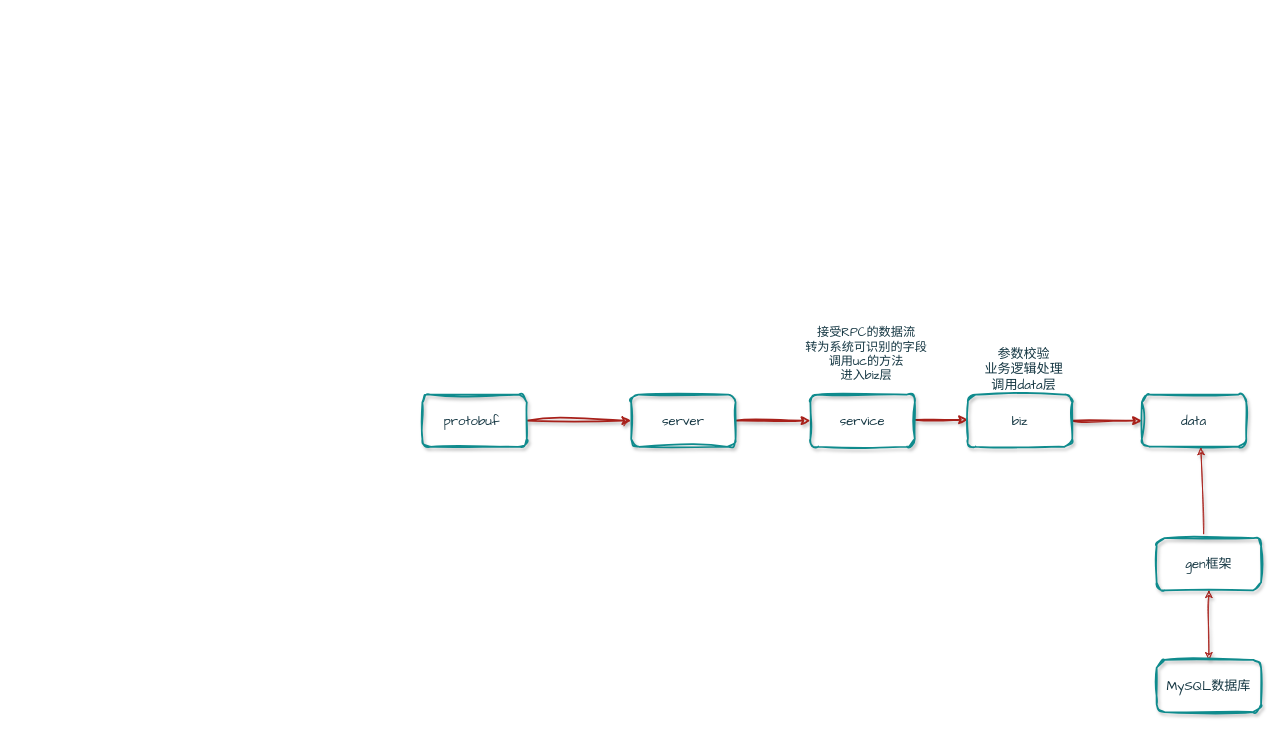
The draw.io diagram review-service_coding.drawio in Forrest-Tao/draw.io, before the edit. Source tidied: cells renumbered, new cells numbered last; positions are measured from the earlier drawing's top-left corner, leaving out a move shared by most shapes. Both pictures are drawn from the tidied source at 87%, with x=0, y=0 at pixel (422, 326).
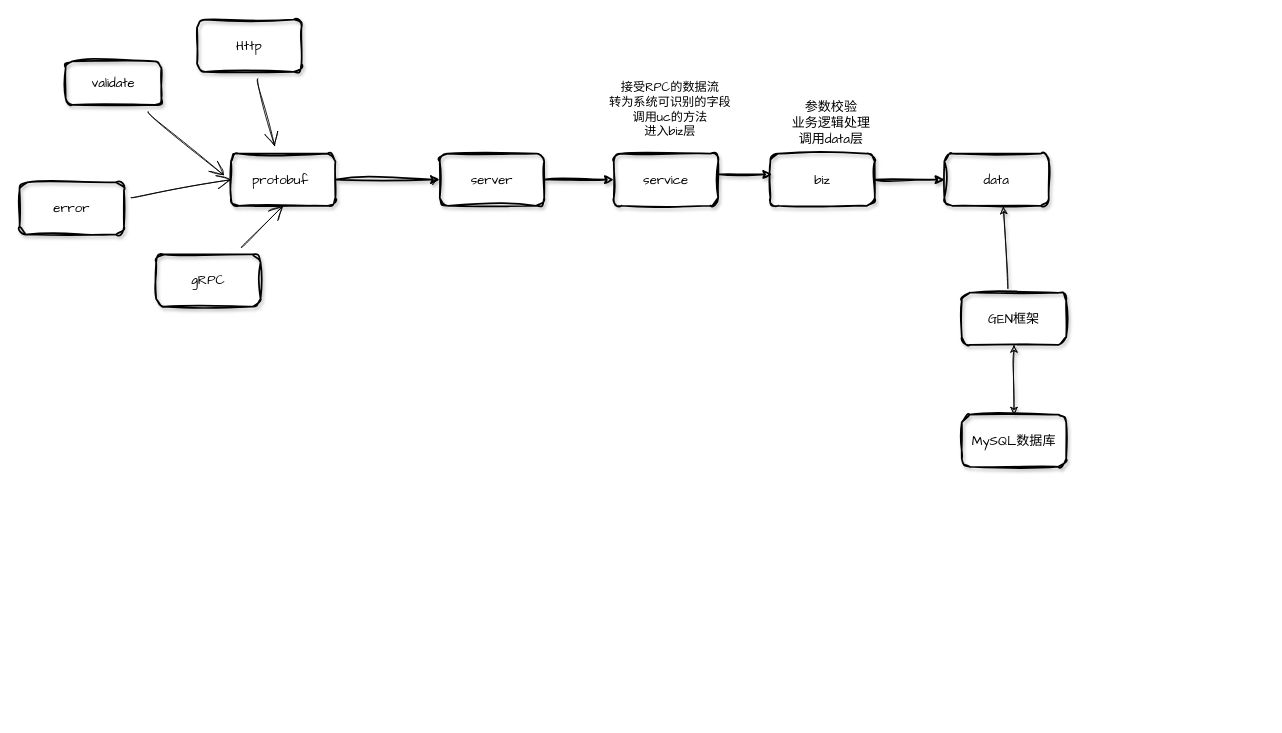
The same diagram, later.

Diff of the diagram source:
```diff
@@
-    <mxCell id="2" style="edgeStyle=orthogonalEdgeStyle;rounded=1;jettySize=auto;html=1;fillColor=none;shadow=1;strokeWidth=2;fontSize=15;labelBackgroundColor=none;strokeColor=#A8201A;fontColor=default;sketch=1;curveFitting=1;jiggle=2;fontFamily=Comic Sans MS;" parent="1" edge="1" source="3" target="10">
+    <mxCell id="2" style="edgeStyle=orthogonalEdgeStyle;rounded=1;jettySize=auto;html=1;fillColor=none;shadow=1;strokeWidth=2;fontSize=15;labelBackgroundColor=none;fontColor=default;fontFamily=Comic Sans MS;sketch=1;curveFitting=1;jiggle=2;" parent="1" edge="1" source="3" target="10">
       <mxGeometry relative="1" as="geometry" />
     </mxCell>
-    <mxCell id="3" value="protobuf&amp;nbsp;" style="rounded=1;whiteSpace=wrap;html=1;fillColor=none;shadow=1;strokeWidth=2;fontSize=15;labelBackgroundColor=none;strokeColor=#0F8B8D;fontColor=#143642;sketch=1;curveFitting=1;jiggle=2;fontFamily=Comic Sans MS;" parent="1" vertex="1">
-      <mxGeometry y="78" width="120" height="60" as="geometry" />
+    <mxCell id="3" value="protobuf&amp;nbsp;" style="rounded=1;whiteSpace=wrap;html=1;fillColor=none;shadow=1;strokeWidth=2;fontSize=15;labelBackgroundColor=none;fontFamily=Comic Sans MS;sketch=1;curveFitting=1;jiggle=2;" parent="1" vertex="1">
+      <mxGeometry x="-220" y="-199" width="120" height="60" as="geometry" />
     </mxCell>
-    <mxCell id="4" style="edgeStyle=orthogonalEdgeStyle;rounded=1;orthogonalLoop=1;jettySize=auto;html=1;fillColor=none;shadow=1;strokeWidth=2;fontSize=15;labelBackgroundColor=none;strokeColor=#A8201A;fontColor=default;sketch=1;curveFitting=1;jiggle=2;fontFamily=Comic Sans MS;" parent="1" edge="1">
+    <mxCell id="4" style="edgeStyle=orthogonalEdgeStyle;rounded=1;orthogonalLoop=1;jettySize=auto;html=1;fillColor=none;shadow=1;strokeWidth=2;fontSize=15;labelBackgroundColor=none;fontColor=default;fontFamily=Comic Sans MS;sketch=1;curveFitting=1;jiggle=2;" parent="1" edge="1">
       <mxGeometry relative="1" as="geometry">
-        <mxPoint x="566" y="107" as="sourcePoint" />
-        <mxPoint x="627" y="107" as="targetPoint" />
+        <mxPoint x="341" y="-175" as="sourcePoint" />
+        <mxPoint x="402" y="-175" as="targetPoint" />
       </mxGeometry>
     </mxCell>
-    <mxCell id="5" value="service" style="rounded=1;whiteSpace=wrap;html=1;fillColor=none;shadow=1;strokeWidth=2;fontSize=15;labelBackgroundColor=none;strokeColor=#0F8B8D;fontColor=#143642;sketch=1;curveFitting=1;jiggle=2;fontFamily=Comic Sans MS;" parent="1" vertex="1">
-      <mxGeometry x="446" y="78" width="120" height="60" as="geometry" />
+    <mxCell id="5" value="service" style="rounded=1;whiteSpace=wrap;html=1;fillColor=none;shadow=1;strokeWidth=2;fontSize=15;labelBackgroundColor=none;fontFamily=Comic Sans MS;sketch=1;curveFitting=1;jiggle=2;" parent="1" vertex="1">
+      <mxGeometry x="220" y="-199" width="120" height="60" as="geometry" />
     </mxCell>
-    <mxCell id="6" style="edgeStyle=orthogonalEdgeStyle;rounded=1;jettySize=auto;html=1;fillColor=none;shadow=1;strokeWidth=2;fontSize=15;labelBackgroundColor=none;strokeColor=#A8201A;fontColor=default;sketch=1;curveFitting=1;jiggle=2;fontFamily=Comic Sans MS;" parent="1" edge="1" source="7" target="8">
+    <mxCell id="6" style="edgeStyle=orthogonalEdgeStyle;rounded=1;jettySize=auto;html=1;fillColor=none;shadow=1;strokeWidth=2;fontSize=15;labelBackgroundColor=none;fontColor=default;fontFamily=Comic Sans MS;sketch=1;curveFitting=1;jiggle=2;" parent="1" edge="1" source="7" target="8">
       <mxGeometry relative="1" as="geometry" />
     </mxCell>
-    <mxCell id="7" value="biz" style="rounded=1;whiteSpace=wrap;html=1;fillColor=none;shadow=1;strokeWidth=2;fontSize=15;labelBackgroundColor=none;strokeColor=#0F8B8D;fontColor=#143642;sketch=1;curveFitting=1;jiggle=2;fontFamily=Comic Sans MS;" parent="1" vertex="1">
-      <mxGeometry x="627" y="78" width="120" height="60" as="geometry" />
+    <mxCell id="7" value="biz" style="rounded=1;whiteSpace=wrap;html=1;fillColor=none;shadow=1;strokeWidth=2;fontSize=15;labelBackgroundColor=none;fontFamily=Comic Sans MS;sketch=1;curveFitting=1;jiggle=2;" parent="1" vertex="1">
+      <mxGeometry x="400" y="-199" width="120" height="60" as="geometry" />
     </mxCell>
-    <mxCell id="8" value="data" style="rounded=1;whiteSpace=wrap;html=1;fillColor=none;shadow=1;strokeWidth=2;fontSize=15;labelBackgroundColor=none;strokeColor=#0F8B8D;fontColor=#143642;sketch=1;curveFitting=1;jiggle=2;fontFamily=Comic Sans MS;" parent="1" vertex="1">
-      <mxGeometry x="827" y="78" width="120" height="60" as="geometry" />
+    <mxCell id="8" value="data" style="rounded=1;whiteSpace=wrap;html=1;fillColor=none;shadow=1;strokeWidth=2;fontSize=15;labelBackgroundColor=none;fontFamily=Comic Sans MS;sketch=1;curveFitting=1;jiggle=2;" parent="1" vertex="1">
+      <mxGeometry x="600" y="-199" width="120" height="60" as="geometry" />
     </mxCell>
-    <mxCell id="9" style="edgeStyle=orthogonalEdgeStyle;rounded=1;jettySize=auto;html=1;fillColor=none;shadow=1;strokeWidth=2;fontSize=15;labelBackgroundColor=none;strokeColor=#A8201A;fontColor=default;sketch=1;curveFitting=1;jiggle=2;fontFamily=Comic Sans MS;" parent="1" edge="1" source="10" target="5">
+    <mxCell id="9" style="edgeStyle=orthogonalEdgeStyle;rounded=1;jettySize=auto;html=1;fillColor=none;shadow=1;strokeWidth=2;fontSize=15;labelBackgroundColor=none;fontColor=default;fontFamily=Comic Sans MS;sketch=1;curveFitting=1;jiggle=2;" parent="1" edge="1" source="10" target="5">
       <mxGeometry relative="1" as="geometry" />
     </mxCell>
-    <mxCell id="10" value="server" style="rounded=1;whiteSpace=wrap;html=1;fillColor=none;shadow=1;strokeWidth=2;fontSize=15;labelBackgroundColor=none;strokeColor=#0F8B8D;fontColor=#143642;sketch=1;curveFitting=1;jiggle=2;fontFamily=Comic Sans MS;" parent="1" vertex="1">
-      <mxGeometry x="240" y="78" width="120" height="60" as="geometry" />
+    <mxCell id="10" value="server" style="rounded=1;whiteSpace=wrap;html=1;fillColor=none;shadow=1;strokeWidth=2;fontSize=15;labelBackgroundColor=none;fontFamily=Comic Sans MS;sketch=1;curveFitting=1;jiggle=2;" parent="1" vertex="1">
+      <mxGeometry x="20" y="-199" width="120" height="60" as="geometry" />
     </mxCell>
-    <mxCell id="11" style="endArrow=classic;rounded=1;entryX=0.565;entryY=1.015;entryDx=0;entryDy=0;entryPerimeter=0;labelBackgroundColor=none;strokeColor=#A8201A;fontColor=default;verticalAlign=bottom;horizontal=0;labelBorderColor=none;html=1;sketch=1;curveFitting=1;jiggle=2;fontFamily=Comic Sans MS;shadow=1;fontSize=15;" parent="1" edge="1" target="8">
+    <mxCell id="11" style="endArrow=classic;rounded=1;entryX=0.565;entryY=1.015;entryDx=0;entryDy=0;entryPerimeter=0;labelBackgroundColor=none;fontColor=default;verticalAlign=bottom;horizontal=0;labelBorderColor=none;html=1;fontFamily=Comic Sans MS;shadow=1;fontSize=15;sketch=1;curveFitting=1;jiggle=2;" parent="1" edge="1" target="8">
       <mxGeometry relative="1" as="geometry">
-        <mxPoint x="898" y="238" as="sourcePoint" />
+        <mxPoint x="673" y="-44" as="sourcePoint" />
       </mxGeometry>
     </mxCell>
-    <mxCell id="12" style="edgeStyle=orthogonalEdgeStyle;rounded=0;jettySize=auto;html=1;strokeColor=#A8201A;fontColor=#143642;fillColor=#FAE5C7;startArrow=classic;startFill=1;sketch=1;curveFitting=1;jiggle=2;fontFamily=Comic Sans MS;shadow=1;fontSize=15;" parent="1" edge="1" source="13" target="14">
+    <mxCell id="12" style="edgeStyle=orthogonalEdgeStyle;rounded=0;jettySize=auto;html=1;fontColor=default;startArrow=classic;startFill=1;fontFamily=Comic Sans MS;shadow=1;fontSize=15;sketch=1;curveFitting=1;jiggle=2;labelBackgroundColor=none;" parent="1" edge="1" source="13" target="14">
       <mxGeometry relative="1" as="geometry" />
     </mxCell>
-    <mxCell id="13" value="gen框架" style="rounded=1;whiteSpace=wrap;html=1;fillColor=none;shadow=1;strokeWidth=2;fontSize=15;labelBackgroundColor=none;strokeColor=#0F8B8D;fontColor=#143642;sketch=1;curveFitting=1;jiggle=2;fontFamily=Comic Sans MS;" parent="1" vertex="1">
-      <mxGeometry x="844" y="243" width="120" height="60" as="geometry" />
+    <mxCell id="13" value="GEN框架" style="rounded=1;whiteSpace=wrap;html=1;fillColor=none;shadow=1;strokeWidth=2;fontSize=15;labelBackgroundColor=none;fontFamily=Comic Sans MS;sketch=1;curveFitting=1;jiggle=2;" parent="1" vertex="1">
+      <mxGeometry x="620" y="-39" width="120" height="60" as="geometry" />
     </mxCell>
-    <mxCell id="14" value="MySQL数据库" style="rounded=1;whiteSpace=wrap;html=1;fillColor=none;shadow=1;strokeWidth=2;fontSize=15;labelBackgroundColor=none;strokeColor=#0F8B8D;fontColor=#143642;sketch=1;curveFitting=1;jiggle=2;fontFamily=Comic Sans MS;" parent="1" vertex="1">
-      <mxGeometry x="844" y="383" width="120" height="60" as="geometry" />
+    <mxCell id="14" value="MySQL数据库" style="rounded=1;whiteSpace=wrap;html=1;fillColor=none;shadow=1;strokeWidth=2;fontSize=15;labelBackgroundColor=none;fontFamily=Comic Sans MS;sketch=1;curveFitting=1;jiggle=2;" parent="1" vertex="1">
+      <mxGeometry x="620" y="101" width="120" height="60" as="geometry" />
     </mxCell>
-    <mxCell id="15" value="参数校验&lt;br style=&quot;font-size: 15px;&quot;&gt;业务逻辑处理&lt;br style=&quot;font-size: 15px;&quot;&gt;调用data层" style="text;html=1;strokeColor=none;fillColor=none;align=center;verticalAlign=middle;whiteSpace=wrap;rounded=0;fontColor=#143642;sketch=1;curveFitting=1;jiggle=2;fontFamily=Comic Sans MS;shadow=1;fontSize=15;" parent="1" vertex="1">
-      <mxGeometry x="643" y="26" width="97" height="45" as="geometry" />
+    <mxCell id="15" value="参数校验&lt;br style=&quot;font-size: 15px;&quot;&gt;业务逻辑处理&lt;br style=&quot;font-size: 15px;&quot;&gt;调用data层" style="text;html=1;fillColor=none;align=center;verticalAlign=middle;whiteSpace=wrap;rounded=0;fontFamily=Comic Sans MS;shadow=1;fontSize=15;sketch=1;curveFitting=1;jiggle=2;labelBackgroundColor=none;" parent="1" vertex="1">
+      <mxGeometry x="420" y="-259" width="100" height="50" as="geometry" />
     </mxCell>
-    <mxCell id="16" value="&lt;div style=&quot;font-size: 14px;&quot;&gt;&lt;span style=&quot;background-color: initial;&quot;&gt;&lt;font style=&quot;font-size: 14px;&quot;&gt;接受RPC的数据流&lt;/font&gt;&lt;/span&gt;&lt;/div&gt;&lt;div style=&quot;font-size: 14px;&quot;&gt;&lt;span style=&quot;background-color: initial;&quot;&gt;&lt;font style=&quot;font-size: 14px;&quot;&gt;转为系统可识别的字段&lt;/font&gt;&lt;/span&gt;&lt;/div&gt;&lt;div style=&quot;font-size: 14px;&quot;&gt;&lt;span style=&quot;background-color: initial;&quot;&gt;&lt;font style=&quot;font-size: 14px;&quot;&gt;调用uc的方法&lt;/font&gt;&lt;/span&gt;&lt;/div&gt;&lt;div style=&quot;font-size: 14px;&quot;&gt;&lt;span style=&quot;background-color: initial;&quot;&gt;&lt;font style=&quot;font-size: 14px;&quot;&gt;进入biz层&lt;/font&gt;&lt;/span&gt;&lt;/div&gt;" style="text;html=1;strokeColor=none;fillColor=none;align=center;verticalAlign=middle;whiteSpace=wrap;rounded=0;fontColor=#143642;sketch=1;curveFitting=1;jiggle=2;fontFamily=Comic Sans MS;shadow=1;fontSize=15;" parent="1" vertex="1">
-      <mxGeometry x="436" width="149" height="63" as="geometry" />
+    <mxCell id="16" value="&lt;div style=&quot;font-size: 14px;&quot;&gt;&lt;span style=&quot;background-color: initial;&quot;&gt;&lt;font style=&quot;font-size: 14px;&quot;&gt;接受RPC的数据流&lt;/font&gt;&lt;/span&gt;&lt;/div&gt;&lt;div style=&quot;font-size: 14px;&quot;&gt;&lt;span style=&quot;background-color: initial;&quot;&gt;&lt;font style=&quot;font-size: 14px;&quot;&gt;转为系统可识别的字段&lt;/font&gt;&lt;/span&gt;&lt;/div&gt;&lt;div style=&quot;font-size: 14px;&quot;&gt;&lt;span style=&quot;background-color: initial;&quot;&gt;&lt;font style=&quot;font-size: 14px;&quot;&gt;调用uc的方法&lt;/font&gt;&lt;/span&gt;&lt;/div&gt;&lt;div style=&quot;font-size: 14px;&quot;&gt;&lt;span style=&quot;background-color: initial;&quot;&gt;&lt;font style=&quot;font-size: 14px;&quot;&gt;进入biz层&lt;/font&gt;&lt;/span&gt;&lt;/div&gt;" style="text;html=1;fillColor=none;align=center;verticalAlign=middle;whiteSpace=wrap;rounded=0;fontFamily=Comic Sans MS;shadow=1;fontSize=15;sketch=1;curveFitting=1;jiggle=2;labelBackgroundColor=none;" parent="1" vertex="1">
+      <mxGeometry x="210" y="-279" width="150" height="60" as="geometry" />
     </mxCell>
+    <mxCell id="17" style="edgeStyle=none;curved=1;rounded=0;jettySize=auto;html=1;endArrow=open;startSize=14;endSize=14;sourcePerimeterSpacing=8;targetPerimeterSpacing=8;sketch=1;curveFitting=1;jiggle=2;labelBackgroundColor=none;fontColor=default;" parent="1" edge="1" source="18">
+      <mxGeometry relative="1" as="geometry">
+        <mxPoint x="-228" y="-174" as="targetPoint" />
+      </mxGeometry>
+    </mxCell>
+    <mxCell id="18" value="validate" style="rounded=1;whiteSpace=wrap;html=1;fillColor=none;shadow=1;strokeWidth=2;fontSize=15;labelBackgroundColor=none;fontFamily=Comic Sans MS;sketch=1;curveFitting=1;jiggle=2;" parent="1" vertex="1">
+      <mxGeometry x="-410" y="-305" width="110" height="50" as="geometry" />
+    </mxCell>
+    <mxCell id="19" style="edgeStyle=none;curved=1;rounded=0;jettySize=auto;html=1;entryX=0;entryY=0.5;entryDx=0;entryDy=0;endArrow=open;startSize=14;endSize=14;sourcePerimeterSpacing=8;targetPerimeterSpacing=8;sketch=1;curveFitting=1;jiggle=2;labelBackgroundColor=none;fontColor=default;" parent="1" edge="1" source="20" target="3">
+      <mxGeometry relative="1" as="geometry" />
+    </mxCell>
+    <mxCell id="20" value="error" style="rounded=1;whiteSpace=wrap;html=1;fillColor=none;shadow=1;strokeWidth=2;fontSize=15;labelBackgroundColor=none;fontFamily=Comic Sans MS;sketch=1;curveFitting=1;jiggle=2;" parent="1" vertex="1">
+      <mxGeometry x="-463" y="-166" width="120" height="60" as="geometry" />
+    </mxCell>
+    <mxCell id="21" style="edgeStyle=none;curved=1;rounded=0;jettySize=auto;html=1;entryX=0.5;entryY=1;entryDx=0;entryDy=0;endArrow=open;startSize=14;endSize=14;sourcePerimeterSpacing=8;targetPerimeterSpacing=8;sketch=1;curveFitting=1;jiggle=2;" parent="1" edge="1" source="22" target="3">
+      <mxGeometry relative="1" as="geometry" />
+    </mxCell>
+    <mxCell id="22" value="gRPC" style="rounded=1;whiteSpace=wrap;html=1;fillColor=none;shadow=1;strokeWidth=2;fontSize=15;labelBackgroundColor=none;fontFamily=Comic Sans MS;sketch=1;curveFitting=1;jiggle=2;" parent="1" vertex="1">
+      <mxGeometry x="-306" y="-83" width="120" height="60" as="geometry" />
+    </mxCell>
+    <mxCell id="23" style="edgeStyle=none;curved=1;rounded=0;jettySize=auto;html=1;endArrow=open;startSize=14;endSize=14;sourcePerimeterSpacing=8;targetPerimeterSpacing=8;sketch=1;curveFitting=1;jiggle=2;" parent="1" edge="1" source="24" target="3">
+      <mxGeometry relative="1" as="geometry" />
+    </mxCell>
+    <mxCell id="24" value="Http" style="rounded=1;whiteSpace=wrap;html=1;fillColor=none;shadow=1;strokeWidth=2;fontSize=15;labelBackgroundColor=none;fontFamily=Comic Sans MS;sketch=1;curveFitting=1;jiggle=2;" parent="1" vertex="1">
+      <mxGeometry x="-259" y="-353" width="120" height="60" as="geometry" />
+    </mxCell>
```
